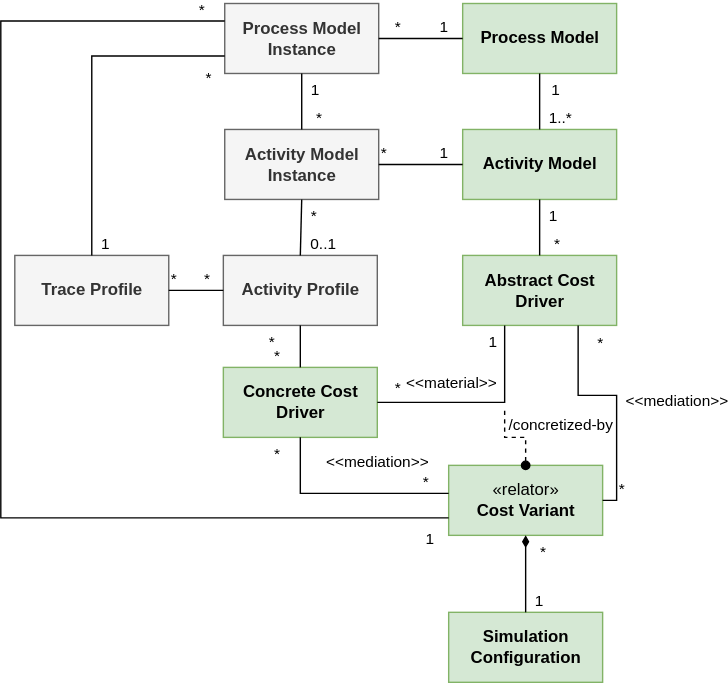
fyndalf/master-thesis keeps this draw.io diagram as metamodel.svg. Above is the earlier version. Source tidied: cells renumbered, new cells last; positions are measured from the earlier drawing's top-left corner, leaving out a move shared by most shapes.
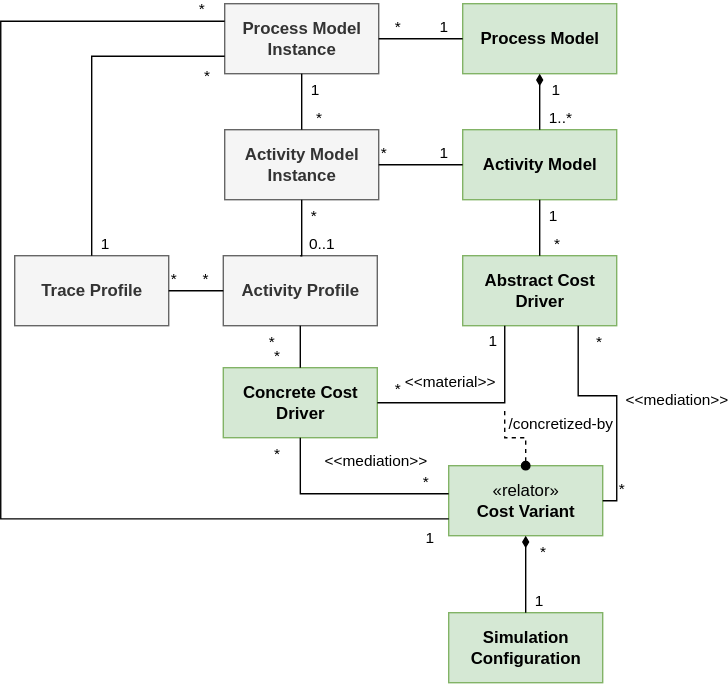
The same diagram one commit later.

What changed in the source:
```diff
@@ -145,7 +145,7 @@
         <mxPoint x="-10" as="offset" />
       </mxGeometry>
     </mxCell>
-    <mxCell id="35" style="endArrow=none;html=1;edgeStyle=orthogonalEdgeStyle;rounded=0;exitX=0.5;exitY=0;exitDx=0;exitDy=0;entryX=0.5;entryY=1;entryDx=0;entryDy=0;" parent="1" edge="1" source="3" target="4">
+    <mxCell id="35" style="endArrow=diamondThin;html=1;edgeStyle=orthogonalEdgeStyle;rounded=0;exitX=0.5;exitY=0;exitDx=0;exitDy=0;entryX=0.5;entryY=1;entryDx=0;entryDy=0;endFill=1;" parent="1" edge="1" source="3" target="4">
       <mxGeometry relative="1" as="geometry" />
     </mxCell>
     <mxCell id="36" value="1..*" style="edgeLabel;html=1;align=left;verticalAlign=bottom;" parent="35" vertex="1">
```
